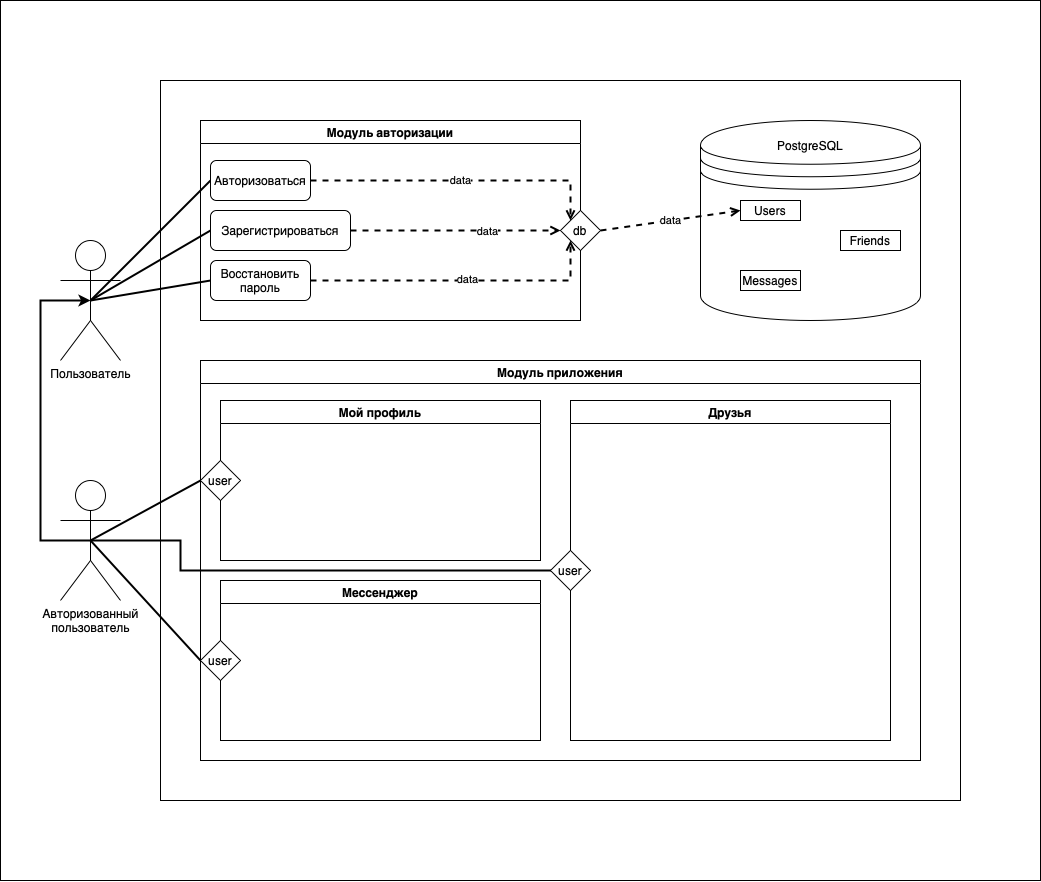
Before: doc/use-case-diagram.png, a diagram exported from draw.io (dokerplp/vk-test-task). Source tidied: cells renumbered, new cells last; positions are measured from the earlier drawing's top-left corner, leaving out a move shared by most shapes.
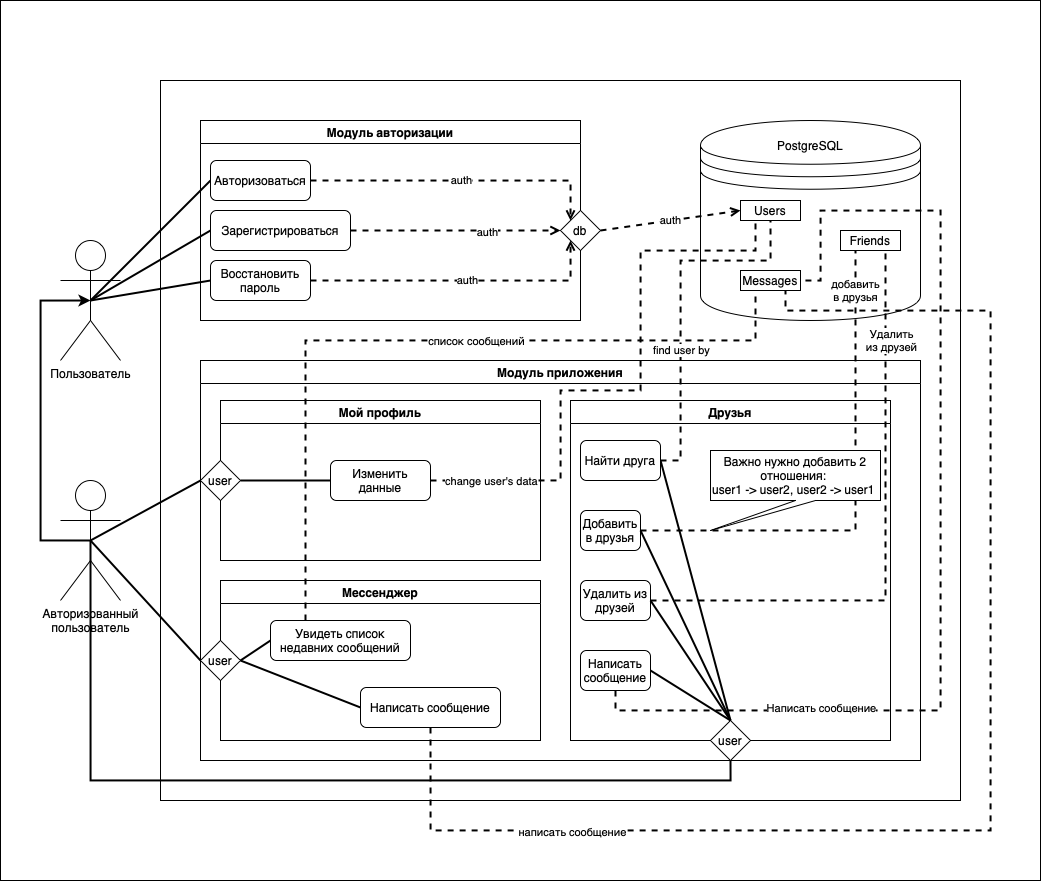
The same file after the commit.

The edit, as a diff of the source:
```diff
@@ -22,11 +22,11 @@
     <mxCell id="6" style="edgeStyle=none;rounded=0;jettySize=auto;html=1;exitX=0.5;exitY=0.5;exitDx=0;exitDy=0;exitPerimeter=0;entryX=0;entryY=0.5;entryDx=0;entryDy=0;labelBorderColor=none;endArrow=none;endFill=0;strokeWidth=2;" parent="1" edge="1" source="8" target="21">
       <mxGeometry relative="1" as="geometry" />
     </mxCell>
-    <mxCell id="7" style="edgeStyle=orthogonalEdgeStyle;rounded=0;jettySize=auto;html=1;exitX=0.5;exitY=0.5;exitDx=0;exitDy=0;exitPerimeter=0;entryX=0;entryY=0.5;entryDx=0;entryDy=0;labelBorderColor=none;endArrow=none;endFill=0;strokeWidth=2;" parent="1" edge="1" source="8" target="34">
+    <mxCell id="7" style="edgeStyle=orthogonalEdgeStyle;rounded=0;jettySize=auto;html=1;exitX=0.5;exitY=0.5;exitDx=0;exitDy=0;exitPerimeter=0;entryX=0.5;entryY=1;entryDx=0;entryDy=0;labelBorderColor=none;endArrow=none;endFill=0;strokeWidth=2;" parent="1" edge="1" source="8" target="35">
       <mxGeometry relative="1" as="geometry">
         <Array as="points">
-          <mxPoint x="180" y="540" />
-          <mxPoint x="180" y="570" />
+          <mxPoint x="90" y="780" />
+          <mxPoint x="730" y="780" />
         </Array>
       </mxGeometry>
     </mxCell>
@@ -66,12 +66,24 @@
     <mxCell id="19" value="user" style="rhombus;whiteSpace=wrap;html=1;" parent="18" vertex="1">
       <mxGeometry x="-20" y="60" width="40" height="40" as="geometry" />
     </mxCell>
+    <mxCell id="36" value="Изменить данные" style="rounded=1;whiteSpace=wrap;html=1;" parent="18" vertex="1">
+      <mxGeometry x="110" y="60" width="100" height="40" as="geometry" />
+    </mxCell>
+    <mxCell id="37" style="rounded=0;jettySize=auto;html=1;exitX=1;exitY=0.5;exitDx=0;exitDy=0;entryX=0;entryY=0.5;entryDx=0;entryDy=0;labelBorderColor=none;endArrow=none;endFill=0;strokeWidth=2;" parent="18" edge="1" source="19" target="36">
+      <mxGeometry relative="1" as="geometry" />
+    </mxCell>
     <mxCell id="20" value="Мессенджер" style="swimlane;" parent="17" vertex="1">
       <mxGeometry x="20" y="220" width="320" height="160" as="geometry" />
     </mxCell>
     <mxCell id="21" value="user" style="rhombus;whiteSpace=wrap;html=1;" parent="20" vertex="1">
       <mxGeometry x="-20" y="60" width="40" height="40" as="geometry" />
     </mxCell>
+    <mxCell id="38" value="Написать сообщение" style="rounded=1;whiteSpace=wrap;html=1;" parent="20" vertex="1">
+      <mxGeometry x="140" y="107" width="140" height="40" as="geometry" />
+    </mxCell>
+    <mxCell id="39" style="rounded=0;jettySize=auto;html=1;exitX=1;exitY=0.5;exitDx=0;exitDy=0;entryX=0;entryY=0.5;entryDx=0;entryDy=0;labelBorderColor=none;endArrow=none;endFill=0;strokeWidth=2;" parent="20" edge="1" source="21" target="38">
+      <mxGeometry relative="1" as="geometry" />
+    </mxCell>
     <mxCell id="22" style="shape=datastore;whiteSpace=wrap;html=1;" parent="1" vertex="1">
       <mxGeometry x="700" y="120" width="220" height="200" as="geometry" />
     </mxCell>
@@ -87,14 +99,14 @@
     <mxCell id="26" value="Messages" style="rounded=0;whiteSpace=wrap;html=1;" parent="1" vertex="1">
       <mxGeometry x="740" y="270" width="60" height="20" as="geometry" />
     </mxCell>
-    <mxCell id="27" value="data" style="endArrow=open;dashed=1;html=1;rounded=0;labelBorderColor=none;strokeWidth=2;exitX=1;exitY=0.5;exitDx=0;exitDy=0;entryX=0;entryY=0;entryDx=0;entryDy=0;endFill=0;edgeStyle=orthogonalEdgeStyle;" parent="1" edge="1" source="16" target="29">
+    <mxCell id="27" value="auth" style="endArrow=open;dashed=1;html=1;rounded=0;labelBorderColor=none;strokeWidth=2;exitX=1;exitY=0.5;exitDx=0;exitDy=0;entryX=0;entryY=0;entryDx=0;entryDy=0;endFill=0;edgeStyle=orthogonalEdgeStyle;" parent="1" edge="1" source="16" target="29">
       <mxGeometry relative="1" as="geometry">
         <Array as="points">
           <mxPoint x="570" y="180" />
         </Array>
       </mxGeometry>
     </mxCell>
-    <mxCell id="28" value="data" style="rounded=0;jettySize=auto;html=1;exitX=1;exitY=0.5;exitDx=0;exitDy=0;entryX=0;entryY=0.5;entryDx=0;entryDy=0;labelBorderColor=none;endArrow=open;endFill=0;strokeWidth=2;dashed=1;" parent="1" edge="1" source="29" target="24">
+    <mxCell id="28" value="auth" style="rounded=0;jettySize=auto;html=1;exitX=1;exitY=0.5;exitDx=0;exitDy=0;entryX=0;entryY=0.5;entryDx=0;entryDy=0;labelBorderColor=none;endArrow=open;endFill=0;strokeWidth=2;dashed=1;" parent="1" edge="1" source="29" target="24">
       <mxGeometry relative="1" as="geometry" />
     </mxCell>
     <mxCell id="29" value="db" style="rhombus;whiteSpace=wrap;html=1;" parent="1" vertex="1">
@@ -103,20 +115,141 @@
     <mxCell id="30" style="edgeStyle=none;rounded=0;jettySize=auto;html=1;entryX=0;entryY=0.5;entryDx=0;entryDy=0;labelBorderColor=none;endArrow=open;endFill=0;strokeWidth=2;dashed=1;" parent="1" edge="1" source="15" target="29">
       <mxGeometry relative="1" as="geometry" />
     </mxCell>
-    <mxCell id="31" value="data" style="edgeLabel;html=1;align=center;verticalAlign=middle;" parent="30" vertex="1">
+    <mxCell id="31" value="auth" style="edgeLabel;html=1;align=center;verticalAlign=middle;" parent="30" vertex="1">
       <mxGeometry x="0.3" y="-1" relative="1" as="geometry" />
     </mxCell>
     <mxCell id="32" style="edgeStyle=orthogonalEdgeStyle;rounded=0;jettySize=auto;html=1;exitX=1;exitY=0.5;exitDx=0;exitDy=0;entryX=0;entryY=1;entryDx=0;entryDy=0;dashed=1;labelBorderColor=none;endArrow=open;endFill=0;strokeWidth=2;" parent="1" edge="1" source="14" target="29">
       <mxGeometry relative="1" as="geometry" />
     </mxCell>
-    <mxCell id="33" value="data" style="edgeLabel;html=1;align=center;verticalAlign=middle;" parent="32" vertex="1">
+    <mxCell id="33" value="auth" style="edgeLabel;html=1;align=center;verticalAlign=middle;" parent="32" vertex="1">
       <mxGeometry x="0.04" y="1" relative="1" as="geometry" />
     </mxCell>
     <mxCell id="34" value="Друзья" style="swimlane;" parent="1" vertex="1">
       <mxGeometry x="570" y="400" width="320" height="340" as="geometry" />
     </mxCell>
+    <mxCell id="40" style="edgeStyle=none;rounded=0;jettySize=auto;html=1;exitX=0.5;exitY=0;exitDx=0;exitDy=0;entryX=1;entryY=0.5;entryDx=0;entryDy=0;labelBorderColor=none;endArrow=none;endFill=0;strokeWidth=2;" parent="34" edge="1" source="35" target="41">
+      <mxGeometry relative="1" as="geometry" />
+    </mxCell>
     <mxCell id="35" value="user" style="rhombus;whiteSpace=wrap;html=1;" parent="34" vertex="1">
-      <mxGeometry x="-20" y="150" width="40" height="40" as="geometry" />
+      <mxGeometry x="140" y="320" width="40" height="40" as="geometry" />
     </mxCell>
+    <mxCell id="41" value="Найти друга" style="rounded=1;whiteSpace=wrap;html=1;" parent="34" vertex="1">
+      <mxGeometry x="10" y="40" width="80" height="40" as="geometry" />
+    </mxCell>
+    <mxCell id="42" style="edgeStyle=orthogonalEdgeStyle;rounded=0;jettySize=auto;html=1;exitX=1;exitY=0.5;exitDx=0;exitDy=0;entryX=0.25;entryY=1;entryDx=0;entryDy=0;labelBorderColor=none;endArrow=none;endFill=0;strokeWidth=2;dashed=1;" parent="1" edge="1" source="36" target="24">
+      <mxGeometry relative="1" as="geometry">
+        <Array as="points">
+          <mxPoint x="560" y="480" />
+          <mxPoint x="560" y="390" />
+          <mxPoint x="640" y="390" />
+          <mxPoint x="640" y="250" />
+          <mxPoint x="755" y="250" />
+        </Array>
+      </mxGeometry>
+    </mxCell>
+    <mxCell id="43" value="change user's data" style="edgeLabel;html=1;align=center;verticalAlign=middle;" parent="42" vertex="1">
+      <mxGeometry x="-0.86" y="-1" relative="1" as="geometry">
+        <mxPoint x="18" y="-1" as="offset" />
+      </mxGeometry>
+    </mxCell>
+    <mxCell id="44" style="edgeStyle=orthogonalEdgeStyle;rounded=0;jettySize=auto;html=1;exitX=1;exitY=0.5;exitDx=0;exitDy=0;entryX=0.25;entryY=1;entryDx=0;entryDy=0;dashed=1;labelBorderColor=none;endArrow=none;endFill=0;strokeWidth=2;" parent="1" edge="1" source="46" target="25">
+      <mxGeometry relative="1" as="geometry" />
+    </mxCell>
+    <mxCell id="45" value="добавить &lt;br&gt;в друзья" style="edgeLabel;html=1;align=center;verticalAlign=middle;" parent="44" vertex="1">
+      <mxGeometry x="0.65" y="1" relative="1" as="geometry">
+        <mxPoint y="-47" as="offset" />
+      </mxGeometry>
+    </mxCell>
+    <mxCell id="46" value="Добавить в друзья" style="rounded=1;whiteSpace=wrap;html=1;" parent="1" vertex="1">
+      <mxGeometry x="580" y="510" width="60" height="40" as="geometry" />
+    </mxCell>
+    <mxCell id="47" style="edgeStyle=orthogonalEdgeStyle;rounded=0;jettySize=auto;html=1;exitX=1;exitY=0.5;exitDx=0;exitDy=0;entryX=0.75;entryY=1;entryDx=0;entryDy=0;dashed=1;labelBorderColor=none;endArrow=none;endFill=0;strokeWidth=2;" parent="1" edge="1" source="49" target="25">
+      <mxGeometry relative="1" as="geometry" />
+    </mxCell>
+    <mxCell id="48" value="Удалить&lt;br&gt;из друзей" style="edgeLabel;html=1;align=center;verticalAlign=middle;" parent="47" vertex="1">
+      <mxGeometry x="0.69" relative="1" as="geometry">
+        <mxPoint x="5" y="-1" as="offset" />
+      </mxGeometry>
+    </mxCell>
+    <mxCell id="49" value="Удалить из друзей" style="rounded=1;whiteSpace=wrap;html=1;" parent="1" vertex="1">
+      <mxGeometry x="580" y="580" width="70" height="40" as="geometry" />
+    </mxCell>
+    <mxCell id="50" style="edgeStyle=orthogonalEdgeStyle;rounded=0;jettySize=auto;html=1;exitX=0.5;exitY=1;exitDx=0;exitDy=0;entryX=1;entryY=0.5;entryDx=0;entryDy=0;dashed=1;labelBorderColor=none;endArrow=none;endFill=0;strokeWidth=2;" parent="1" edge="1" source="52" target="26">
+      <mxGeometry relative="1" as="geometry">
+        <Array as="points">
+          <mxPoint x="615" y="710" />
+          <mxPoint x="940" y="710" />
+          <mxPoint x="940" y="210" />
+          <mxPoint x="820" y="210" />
+          <mxPoint x="820" y="280" />
+        </Array>
+      </mxGeometry>
+    </mxCell>
+    <mxCell id="51" value="Написать сообщение" style="edgeLabel;html=1;align=center;verticalAlign=middle;" parent="50" vertex="1">
+      <mxGeometry x="-0.61" y="-1" relative="1" as="geometry">
+        <mxPoint x="19" y="-4" as="offset" />
+      </mxGeometry>
+    </mxCell>
+    <mxCell id="52" value="Написать сообщение" style="rounded=1;whiteSpace=wrap;html=1;" parent="1" vertex="1">
+      <mxGeometry x="580" y="650" width="70" height="40" as="geometry" />
+    </mxCell>
+    <mxCell id="53" style="rounded=0;jettySize=auto;html=1;exitX=0.5;exitY=0;exitDx=0;exitDy=0;entryX=1;entryY=0.5;entryDx=0;entryDy=0;labelBorderColor=none;endArrow=none;endFill=0;strokeWidth=2;" parent="1" edge="1" source="35" target="52">
+      <mxGeometry relative="1" as="geometry" />
+    </mxCell>
+    <mxCell id="54" style="edgeStyle=none;rounded=0;jettySize=auto;html=1;exitX=0.5;exitY=0;exitDx=0;exitDy=0;entryX=1;entryY=0.5;entryDx=0;entryDy=0;labelBorderColor=none;endArrow=none;endFill=0;strokeWidth=2;" parent="1" edge="1" source="35" target="49">
+      <mxGeometry relative="1" as="geometry" />
+    </mxCell>
+    <mxCell id="55" style="edgeStyle=none;rounded=0;jettySize=auto;html=1;exitX=0.5;exitY=0;exitDx=0;exitDy=0;entryX=1;entryY=0.5;entryDx=0;entryDy=0;labelBorderColor=none;endArrow=none;endFill=0;strokeWidth=2;" parent="1" edge="1" source="35" target="46">
+      <mxGeometry relative="1" as="geometry" />
+    </mxCell>
+    <mxCell id="56" style="edgeStyle=orthogonalEdgeStyle;rounded=0;jettySize=auto;html=1;exitX=1;exitY=0.5;exitDx=0;exitDy=0;entryX=0.5;entryY=1;entryDx=0;entryDy=0;labelBorderColor=none;endArrow=none;endFill=0;strokeWidth=2;dashed=1;" parent="1" edge="1" source="41" target="24">
+      <mxGeometry relative="1" as="geometry">
+        <Array as="points">
+          <mxPoint x="680" y="460" />
+          <mxPoint x="680" y="260" />
+          <mxPoint x="770" y="260" />
+        </Array>
+      </mxGeometry>
+    </mxCell>
+    <mxCell id="57" value="find user by" style="edgeLabel;html=1;align=center;verticalAlign=middle;" parent="56" vertex="1">
+      <mxGeometry x="-0.18" relative="1" as="geometry">
+        <mxPoint y="13" as="offset" />
+      </mxGeometry>
+    </mxCell>
+    <mxCell id="58" value="Важно нужно добавить 2 отношения: &lt;br&gt;user1 -&amp;gt; user2, user2 -&amp;gt; user1&amp;nbsp;" style="shape=callout;whiteSpace=wrap;html=1;perimeter=calloutPerimeter;position2=0;" parent="1" vertex="1">
+      <mxGeometry x="710" y="450" width="170" height="80" as="geometry" />
+    </mxCell>
+    <mxCell id="59" style="edgeStyle=orthogonalEdgeStyle;rounded=0;jettySize=auto;html=1;exitX=0.25;exitY=0;exitDx=0;exitDy=0;entryX=0.25;entryY=1;entryDx=0;entryDy=0;labelBorderColor=none;endArrow=none;endFill=0;strokeWidth=2;dashed=1;" parent="1" edge="1" source="61" target="26">
+      <mxGeometry relative="1" as="geometry">
+        <Array as="points">
+          <mxPoint x="305" y="340" />
+          <mxPoint x="755" y="340" />
+        </Array>
+      </mxGeometry>
+    </mxCell>
+    <mxCell id="60" value="список сообщений" style="edgeLabel;html=1;align=center;verticalAlign=middle;" parent="59" vertex="1">
+      <mxGeometry x="0.15" y="1" relative="1" as="geometry">
+        <mxPoint y="1" as="offset" />
+      </mxGeometry>
+    </mxCell>
+    <mxCell id="61" value="Увидеть список недавних сообщений" style="rounded=1;whiteSpace=wrap;html=1;" parent="1" vertex="1">
+      <mxGeometry x="270" y="620" width="140" height="40" as="geometry" />
+    </mxCell>
+    <mxCell id="62" style="rounded=0;jettySize=auto;html=1;exitX=1;exitY=0.5;exitDx=0;exitDy=0;entryX=0;entryY=0.5;entryDx=0;entryDy=0;labelBorderColor=none;endArrow=none;endFill=0;strokeWidth=2;" parent="1" edge="1" source="21" target="61">
+      <mxGeometry relative="1" as="geometry" />
+    </mxCell>
+    <mxCell id="63" style="edgeStyle=orthogonalEdgeStyle;rounded=0;jettySize=auto;html=1;exitX=0.5;exitY=1;exitDx=0;exitDy=0;entryX=0.75;entryY=1;entryDx=0;entryDy=0;dashed=1;labelBorderColor=none;endArrow=none;endFill=0;strokeWidth=2;" parent="1" edge="1" source="38" target="26">
+      <mxGeometry relative="1" as="geometry">
+        <Array as="points">
+          <mxPoint x="430" y="830" />
+          <mxPoint x="990" y="830" />
+          <mxPoint x="990" y="310" />
+          <mxPoint x="785" y="310" />
+        </Array>
+      </mxGeometry>
+    </mxCell>
+    <mxCell id="64" value="написать сообщение" style="edgeLabel;html=1;align=center;verticalAlign=middle;" parent="63" vertex="1">
+      <mxGeometry x="-0.65" y="-1" relative="1" as="geometry" />
+    </mxCell>
   </root>
 </mxGraphModel>
```
